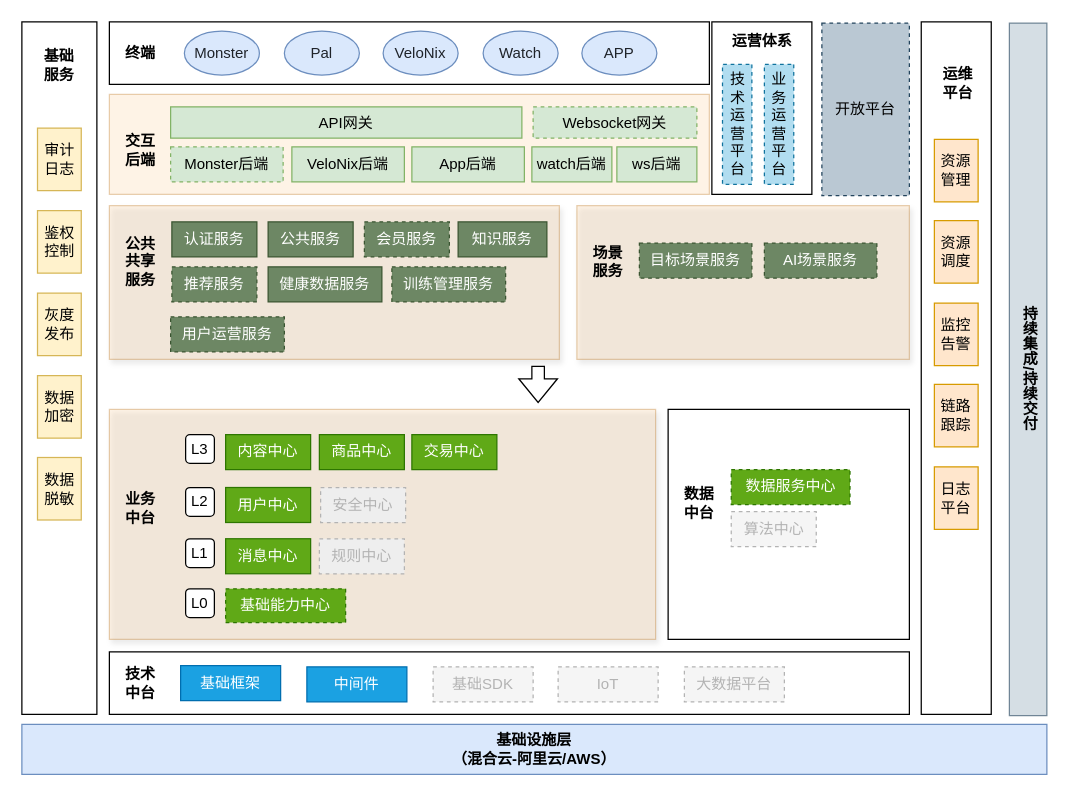
The draw.io diagram 微服务架构.drawio in bert561/drawio-sj, before the edit. Source tidied: cells renumbered, new cells numbered last; positions are measured from the earlier drawing's top-left corner, leaving out a move shared by most shapes. Both pictures are drawn from the tidied source at 125%, with x=0, y=0 at pixel (21, 21).
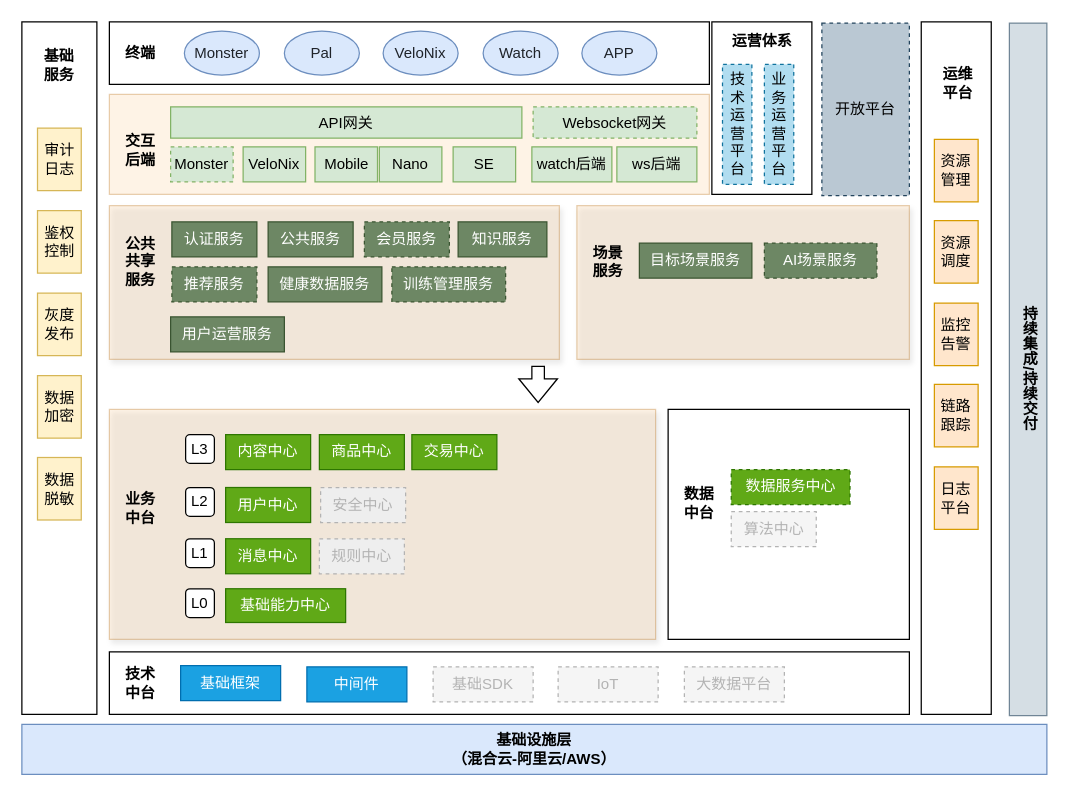
The same diagram, later.

Commit message:
更新微服务架构.drawio

The edit, as a diff of the source:
```diff
@@
-    <mxCell id="30" value="目标场景服务" style="rounded=0;whiteSpace=wrap;html=1;fillColor=#6d8764;strokeColor=#3A5431;fontColor=#ffffff;dashed=1;" parent="1" vertex="1">
+    <mxCell id="30" value="目标场景服务" style="rounded=0;whiteSpace=wrap;html=1;fillColor=#6d8764;strokeColor=#3A5431;fontColor=#ffffff;" parent="1" vertex="1">
       <mxGeometry x="494" y="177" width="90" height="28" as="geometry" />
     </mxCell>
@@
-    <mxCell id="46" value="&lt;div style=&quot;white-space-collapse: preserve;&quot;&gt;Monster&lt;span style=&quot;background-color: initial;&quot;&gt;后端&lt;/span&gt;&lt;/div&gt;" style="rounded=0;whiteSpace=wrap;html=1;fillColor=#d5e8d4;strokeColor=#82b366;dashed=1;" parent="1" vertex="1">
-      <mxGeometry x="119" y="100" width="90" height="28" as="geometry" />
+    <mxCell id="46" value="&lt;div style=&quot;white-space-collapse: preserve;&quot;&gt;Monster&lt;/div&gt;" style="rounded=0;whiteSpace=wrap;html=1;fillColor=#d5e8d4;strokeColor=#82b366;dashed=1;" parent="1" vertex="1">
+      <mxGeometry x="119" y="100" width="50" height="28" as="geometry" />
     </mxCell>
-    <mxCell id="47" value="&lt;div style=&quot;white-space-collapse: preserve;&quot;&gt;&lt;div&gt;&lt;div&gt;&lt;div&gt;&lt;div&gt;VeloNix&lt;span style=&quot;background-color: initial;&quot;&gt;后端&lt;/span&gt;&lt;/div&gt;&lt;/div&gt;&lt;/div&gt;&lt;/div&gt;&lt;/div&gt;" style="rounded=0;whiteSpace=wrap;html=1;fillColor=#d5e8d4;strokeColor=#82b366;" parent="1" vertex="1">
-      <mxGeometry x="216" y="100" width="90" height="28" as="geometry" />
+    <mxCell id="47" value="&lt;div style=&quot;white-space-collapse: preserve;&quot;&gt;&lt;div&gt;&lt;div&gt;&lt;div&gt;&lt;div&gt;VeloNix&lt;/div&gt;&lt;/div&gt;&lt;/div&gt;&lt;/div&gt;&lt;/div&gt;" style="rounded=0;whiteSpace=wrap;html=1;fillColor=#d5e8d4;strokeColor=#82b366;" parent="1" vertex="1">
+      <mxGeometry x="177" y="100" width="50" height="28" as="geometry" />
     </mxCell>
-    <mxCell id="48" value="&lt;div style=&quot;white-space-collapse: preserve;&quot;&gt;&lt;div&gt;&lt;div&gt;App&lt;span style=&quot;background-color: initial;&quot;&gt;后端&lt;/span&gt;&lt;/div&gt;&lt;/div&gt;&lt;/div&gt;" style="rounded=0;whiteSpace=wrap;html=1;fillColor=#d5e8d4;strokeColor=#82b366;" parent="1" vertex="1">
-      <mxGeometry x="312" y="100" width="90" height="28" as="geometry" />
+    <mxCell id="48" value="&lt;div style=&quot;white-space-collapse: preserve;&quot;&gt;&lt;div&gt;&lt;div&gt;&lt;span style=&quot;background-color: initial;&quot;&gt;Mobile&lt;/span&gt;&lt;/div&gt;&lt;/div&gt;&lt;/div&gt;" style="rounded=0;whiteSpace=wrap;html=1;fillColor=#d5e8d4;strokeColor=#82b366;" parent="1" vertex="1">
+      <mxGeometry x="234.5" y="100" width="50" height="28" as="geometry" />
     </mxCell>
@@
-    <mxCell id="66" value="基础能力中心" style="rounded=0;whiteSpace=wrap;html=1;fillColor=#60a917;strokeColor=#2D7600;fontColor=#ffffff;dashed=1;" parent="1" vertex="1">
+    <mxCell id="66" value="基础能力中心" style="rounded=0;whiteSpace=wrap;html=1;fillColor=#60a917;strokeColor=#2D7600;fontColor=#ffffff;" parent="1" vertex="1">
       <mxGeometry x="163" y="453.5" width="96" height="27" as="geometry" />
     </mxCell>
@@
-    <mxCell id="78" value="用户运营服务" style="rounded=0;whiteSpace=wrap;html=1;fillColor=#6d8764;strokeColor=#3A5431;fontColor=#ffffff;dashed=1;" parent="1" vertex="1">
+    <mxCell id="78" value="用户运营服务" style="rounded=0;whiteSpace=wrap;html=1;fillColor=#6d8764;strokeColor=#3A5431;fontColor=#ffffff;" parent="1" vertex="1">
       <mxGeometry x="119" y="236" width="91" height="28" as="geometry" />
     </mxCell>
+    <mxCell id="79" value="&lt;div style=&quot;white-space-collapse: preserve;&quot;&gt;&lt;div&gt;&lt;div&gt;&lt;span style=&quot;background-color: initial;&quot;&gt;Nano&lt;/span&gt;&lt;/div&gt;&lt;/div&gt;&lt;/div&gt;" style="rounded=0;whiteSpace=wrap;html=1;fillColor=#d5e8d4;strokeColor=#82b366;" parent="1" vertex="1">
+      <mxGeometry x="286" y="100" width="50" height="28" as="geometry" />
+    </mxCell>
+    <mxCell id="80" value="&lt;div style=&quot;white-space-collapse: preserve;&quot;&gt;&lt;div&gt;&lt;div&gt;&lt;span style=&quot;background-color: initial;&quot;&gt;SE&lt;/span&gt;&lt;/div&gt;&lt;/div&gt;&lt;/div&gt;" style="rounded=0;whiteSpace=wrap;html=1;fillColor=#d5e8d4;strokeColor=#82b366;" parent="1" vertex="1">
+      <mxGeometry x="345" y="100" width="50" height="28" as="geometry" />
+    </mxCell>
```
